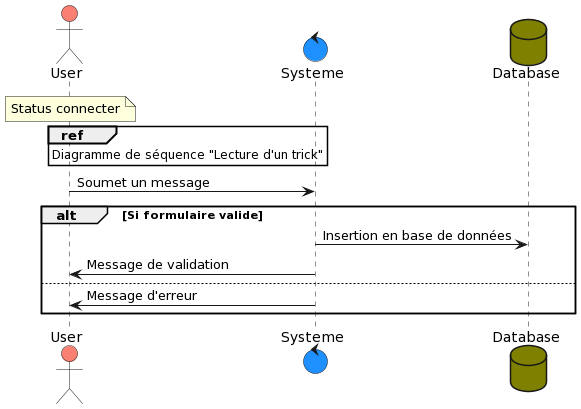
Before: uml/Diagramme de séquences/Espace de discussion/espace de discussion.png, a diagram exported from PlantUML (NassimTaoussi/SnowTricks).
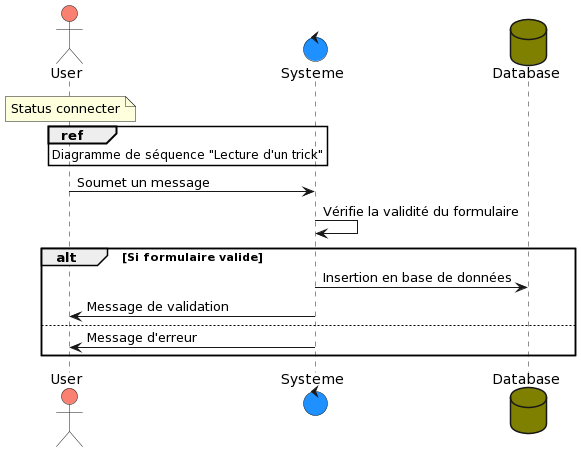
The same file after the commit.

What changed in the source:
```diff
@@ -7,6 +7,7 @@
 
 
 User -> Systeme :  Soumet un message
+Systeme -> Systeme : Vérifie la validité du formulaire
   alt Si formulaire valide
     Systeme -> Database : Insertion en base de données
     Systeme -> User : Message de validation
```
